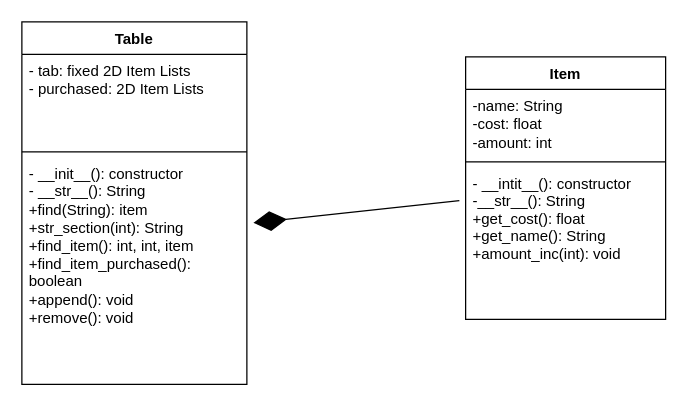
Serpent1776/code keeps this draw.io diagram as Python/Projects/Prj1/Grocery_Store.drawio. Above is the earlier version. Source tidied: cells renumbered, new cells numbered last; positions are measured from the earlier drawing's top-left corner, leaving out a move shared by most shapes. Both pictures are drawn from the tidied source at 125%, with x=0, y=0 at pixel (21, 21).
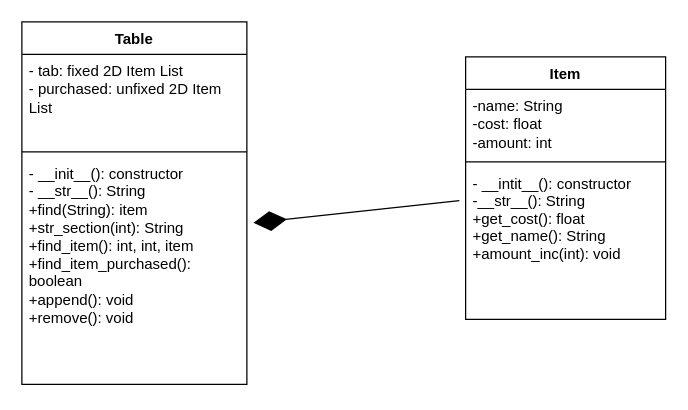
The same page after the edit.

The edit, as a diff of the source:
```diff
@@
 <mxGraphModel>
   <root>
     <mxCell id="0" />
     <mxCell id="1" parent="0" />
     <mxCell id="2" value="Table" style="swimlane;fontStyle=1;align=center;verticalAlign=top;horizontal=1;startSize=26;" parent="1" vertex="1">
       <mxGeometry width="180" height="290" as="geometry" />
     </mxCell>
-    <mxCell id="3" value="- tab: fixed 2D Item Lists&#10;- purchased: 2D Item Lists" style="text;strokeColor=none;fillColor=none;align=left;verticalAlign=top;spacingLeft=4;spacingRight=4;overflow=hidden;whiteSpace=wrap;" parent="2" vertex="1">
+    <mxCell id="3" value="- tab: fixed 2D Item List&#10;- purchased: unfixed 2D Item List" style="text;strokeColor=none;fillColor=none;align=left;verticalAlign=top;spacingLeft=4;spacingRight=4;overflow=hidden;whiteSpace=wrap;" parent="2" vertex="1">
       <mxGeometry y="26" width="180" height="74" as="geometry" />
     </mxCell>
     <mxCell id="4" style="line;strokeWidth=1;fillColor=none;align=left;verticalAlign=middle;spacingTop=-1;spacingLeft=3;spacingRight=3;labelPosition=right;strokeColor=inherit;" parent="2" vertex="1">
       <mxGeometry y="100" width="180" height="8" as="geometry" />
     </mxCell>
     <mxCell id="5" value="- __init__(): constructor&#10;- __str__(): String&#10;+find(String): item&#10;+str_section(int): String&#10;+find_item(): int, int, item &#10;+find_item_purchased(): boolean&#10;+append(): void&#10;+remove(): void" style="text;strokeColor=none;fillColor=none;align=left;verticalAlign=top;spacingLeft=4;spacingRight=4;overflow=hidden;points=[[0,0.5],[1,0.5]];portConstraint=eastwest;whiteSpace=wrap;" parent="2" vertex="1">
       <mxGeometry y="108" width="180" height="182" as="geometry" />
     </mxCell>
     <mxCell id="6" value="Item" style="swimlane;fontStyle=1;align=center;verticalAlign=top;horizontal=1;startSize=26;whiteSpace=wrap;" parent="1" vertex="1">
       <mxGeometry x="355" y="28" width="160" height="210" as="geometry" />
     </mxCell>
     <mxCell id="7" value="-name: String&#10;-cost: float&#10;-amount: int" style="text;strokeColor=none;fillColor=none;align=left;verticalAlign=top;spacingLeft=4;spacingRight=4;overflow=hidden;whiteSpace=wrap;" parent="6" vertex="1">
       <mxGeometry y="26" width="160" height="54" as="geometry" />
     </mxCell>
     <mxCell id="8" style="line;strokeWidth=1;fillColor=none;align=left;verticalAlign=middle;spacingTop=-1;spacingLeft=3;spacingRight=3;labelPosition=right;strokeColor=inherit;" parent="6" vertex="1">
       <mxGeometry y="80" width="160" height="8" as="geometry" />
     </mxCell>
     <mxCell id="9" value="- __intit__(): constructor&#10;-__str__(): String&#10;+get_cost(): float&#10;+get_name(): String&#10;+amount_inc(int): void" style="text;strokeColor=none;fillColor=none;align=left;verticalAlign=top;spacingLeft=4;spacingRight=4;overflow=hidden;" parent="6" vertex="1">
       <mxGeometry y="88" width="160" height="122" as="geometry" />
     </mxCell>
     <mxCell id="10" style="endArrow=diamondThin;endFill=1;endSize=24;html=1;entryX=1.029;entryY=0.29;entryDx=0;entryDy=0;entryPerimeter=0;" parent="1" edge="1" target="5">
       <mxGeometry relative="1" as="geometry">
         <mxPoint x="350" y="143" as="sourcePoint" />
       </mxGeometry>
     </mxCell>
   </root>
 </mxGraphModel>
```
